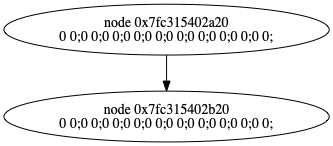
Fedya1998/B-Tree keeps this Graphviz diagram as dump.png. Above is the earlier version. Its source is kept beside it as dump.gv. Its diagram source:
```dot
digraph G{
"node 0x7fc315402a20
0 0;0 0;0 0;0 0;0 0;0 0;0 0;0 0;0 0;0 0;"->"node 0x7fc315402b20
0 0;0 0;0 0;0 0;0 0;0 0;0 0;0 0;0 0;0 0;"}
```
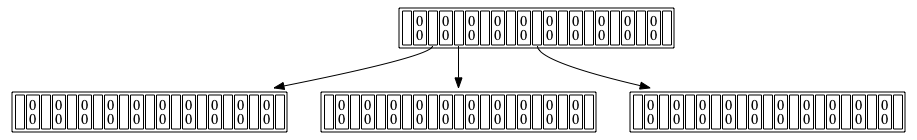
After the commit.

Commit message:
perfect dump

What changed in the source:
```diff
@@ -1,4 +1,21 @@
 digraph G{
-"node 0x7fc315402a20
-0 0;0 0;0 0;0 0;0 0;0 0;0 0;0 0;0 0;0 0;"->"node 0x7fc315402b20
-0 0;0 0;0 0;0 0;0 0;0 0;0 0;0 0;0 0;0 0;"}
+node0x7f895d402a20 [
+shape=plaintext label = < <table border='1' cellborder='1'>
+<tr><td port='port0'> </td><td>0<br/>0</td><td port='port1'> </td><td>0<br/>0</td><td port='port2'> </td><td>0<br/>0</td><td port='port3'> </td><td>0<br/>0</td><td port='port4'> </td><td>0<br/>0</td><td port='port5'> </td><td>0<br/>0</td><td port='port6'> </td><td>0<br/>0</td><td port='port7'> </td><td>0<br/>0</td><td port='port8'> </td><td>0<br/>0</td><td port='port9'> </td><td>0<br/>0</td><td port='port10'> </td>
+</tr></table> >]
+node0x7f895d402a20:port1 -> node0x7f895d402b20
+node0x7f895d402b20 [
+shape=plaintext label = < <table border='1' cellborder='1'>
+<tr><td port='port0'> </td><td>0<br/>0</td><td port='port1'> </td><td>0<br/>0</td><td port='port2'> </td><td>0<br/>0</td><td port='port3'> </td><td>0<br/>0</td><td port='port4'> </td><td>0<br/>0</td><td port='port5'> </td><td>0<br/>0</td><td port='port6'> </td><td>0<br/>0</td><td port='port7'> </td><td>0<br/>0</td><td port='port8'> </td><td>0<br/>0</td><td port='port9'> </td><td>0<br/>0</td><td port='port10'> </td>
+</tr></table> >]
+node0x7f895d402a20:port2 -> node0x7f895d402c20
+node0x7f895d402c20 [
+shape=plaintext label = < <table border='1' cellborder='1'>
+<tr><td port='port0'> </td><td>0<br/>0</td><td port='port1'> </td><td>0<br/>0</td><td port='port2'> </td><td>0<br/>0</td><td port='port3'> </td><td>0<br/>0</td><td port='port4'> </td><td>0<br/>0</td><td port='port5'> </td><td>0<br/>0</td><td port='port6'> </td><td>0<br/>0</td><td port='port7'> </td><td>0<br/>0</td><td port='port8'> </td><td>0<br/>0</td><td port='port9'> </td><td>0<br/>0</td><td port='port10'> </td>
+</tr></table> >]
+node0x7f895d402a20:port5 -> node0x7f895d402d20
+node0x7f895d402d20 [
+shape=plaintext label = < <table border='1' cellborder='1'>
+<tr><td port='port0'> </td><td>0<br/>0</td><td port='port1'> </td><td>0<br/>0</td><td port='port2'> </td><td>0<br/>0</td><td port='port3'> </td><td>0<br/>0</td><td port='port4'> </td><td>0<br/>0</td><td port='port5'> </td><td>0<br/>0</td><td port='port6'> </td><td>0<br/>0</td><td port='port7'> </td><td>0<br/>0</td><td port='port8'> </td><td>0<br/>0</td><td port='port9'> </td><td>0<br/>0</td><td port='port10'> </td>
+</tr></table> >]
+}
```
